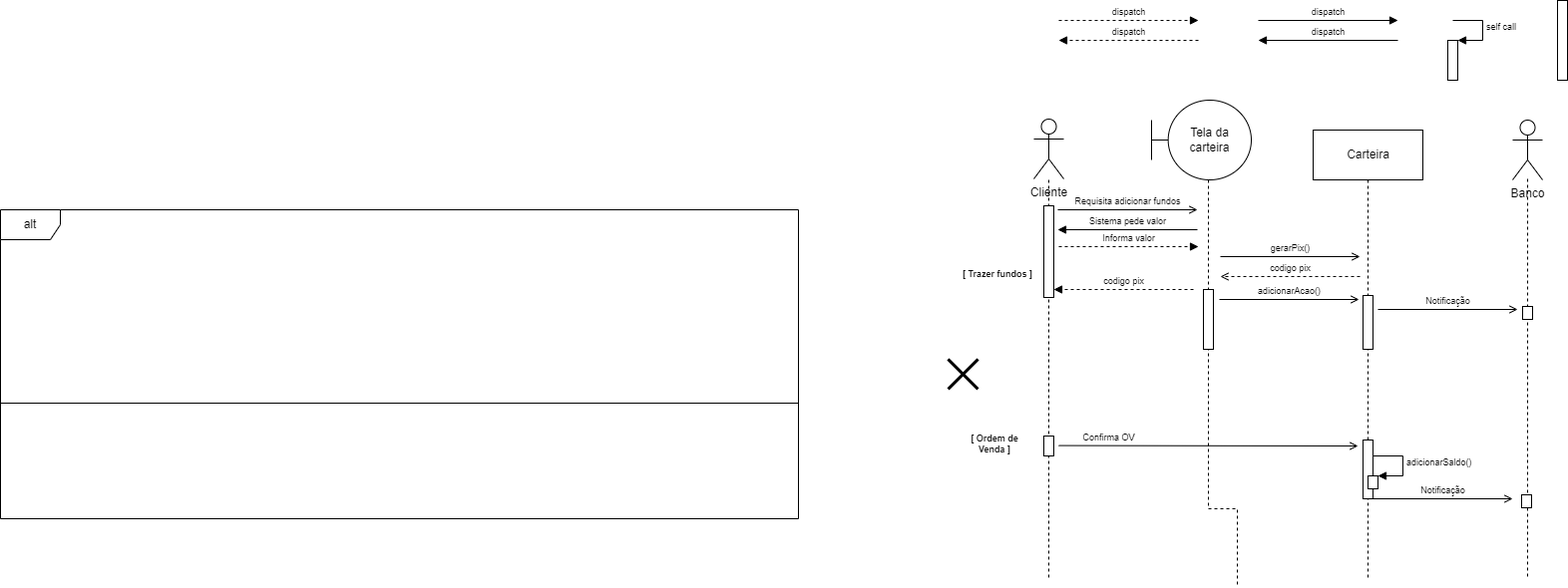
Above: MarketDiagramasDeSequencia/MarketSequencia05.drawio.png in EijiDogen/FEI_MDSMarket (draw.io), before the change. Source tidied: cells renumbered, new cells last; positions are measured from the earlier drawing's top-left corner, leaving out a move shared by most shapes.
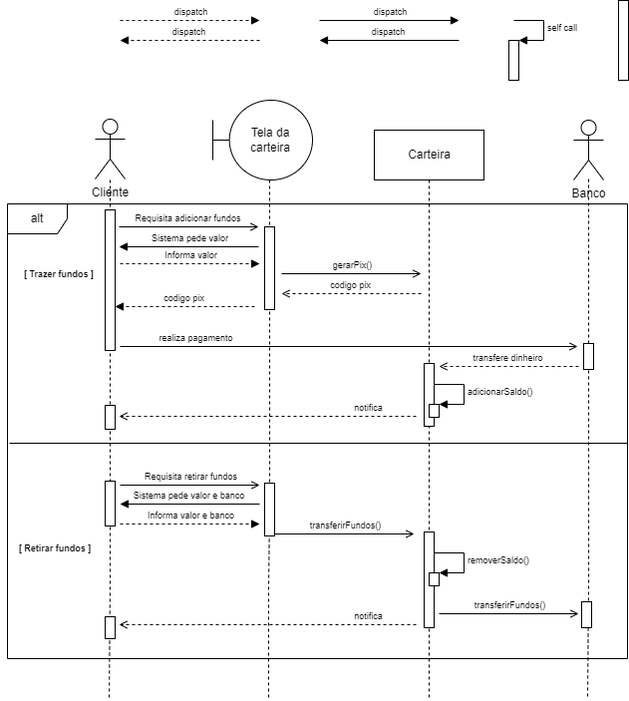
After the commit.

What changed in the source:
```diff
@@ -3,19 +3,19 @@
     <mxCell id="0" />
     <mxCell id="1" value="Frames" parent="0" />
     <mxCell id="2" value="alt" style="shape=umlFrame;whiteSpace=wrap;html=1;" parent="1" vertex="1">
-      <mxGeometry y="210" width="800" height="310" as="geometry" />
+      <mxGeometry x="948" y="204" width="622" height="456" as="geometry" />
     </mxCell>
     <mxCell id="3" value="[ Trazer fundos&amp;nbsp;]" style="text;html=1;strokeColor=none;fillColor=none;align=center;verticalAlign=middle;whiteSpace=wrap;rounded=0;fontSize=9;fontStyle=1;" parent="1" vertex="1">
       <mxGeometry x="941" y="260" width="118" height="30" as="geometry" />
     </mxCell>
     <mxCell id="4" style="line;strokeWidth=1;fillColor=none;align=left;verticalAlign=middle;spacingTop=-1;spacingLeft=3;spacingRight=3;labelPosition=right;" parent="1" vertex="1">
-      <mxGeometry y="400" width="800" height="8" as="geometry" />
+      <mxGeometry x="950" y="440" width="620" height="8" as="geometry" />
     </mxCell>
     <mxCell id="5" value="Lifeline" parent="0" />
     <mxCell id="6" style="edgeStyle=orthogonalEdgeStyle;rounded=0;orthogonalLoop=1;jettySize=auto;html=1;dashed=1;endArrow=none;endFill=0;" parent="5" edge="1">
       <mxGeometry relative="1" as="geometry">
         <mxPoint x="1051" y="180" as="sourcePoint" />
-        <mxPoint x="1051" y="580" as="targetPoint" />
+        <mxPoint x="1050" y="700" as="targetPoint" />
         <Array as="points">
           <mxPoint x="1051" y="580" />
         </Array>
@@ -27,7 +27,7 @@
     <mxCell id="8" style="edgeStyle=orthogonalEdgeStyle;rounded=0;orthogonalLoop=1;jettySize=auto;html=1;dashed=1;endArrow=none;endFill=0;anchorPointDirection=1;" parent="5" edge="1">
       <mxGeometry relative="1" as="geometry">
         <mxPoint x="1371" y="180" as="sourcePoint" />
-        <mxPoint x="1371" y="580" as="targetPoint" />
+        <mxPoint x="1371" y="700" as="targetPoint" />
         <Array as="points">
           <mxPoint x="1371" y="580" />
         </Array>
@@ -36,7 +36,7 @@
     <mxCell id="9" style="edgeStyle=orthogonalEdgeStyle;rounded=0;orthogonalLoop=1;jettySize=auto;html=1;dashed=1;endArrow=none;endFill=0;" parent="5" edge="1">
       <mxGeometry relative="1" as="geometry">
         <mxPoint x="1531" y="179" as="sourcePoint" />
-        <mxPoint x="1530" y="580" as="targetPoint" />
+        <mxPoint x="1530" y="700" as="targetPoint" />
         <Array as="points">
           <mxPoint x="1531" y="580" />
         </Array>
@@ -51,9 +51,11 @@
     <mxCell id="12" style="edgeStyle=orthogonalEdgeStyle;rounded=0;orthogonalLoop=1;jettySize=auto;html=1;endArrow=none;endFill=0;dashed=1;" parent="5" edge="1">
       <mxGeometry relative="1" as="geometry">
         <mxPoint x="1211" y="180" as="sourcePoint" />
-        <mxPoint x="1240" y="587" as="targetPoint" />
+        <mxPoint x="1210" y="700" as="targetPoint" />
         <Array as="points">
           <mxPoint x="1211" y="510" />
+          <mxPoint x="1210" y="510" />
+          <mxPoint x="1210" y="587" />
         </Array>
       </mxGeometry>
     </mxCell>
@@ -62,72 +64,131 @@
       <mxGeometry x="1561" width="10" height="80" as="geometry" />
     </mxCell>
     <mxCell id="15" style="html=1;perimeter=orthogonalPerimeter;fontSize=9;" parent="13" vertex="1">
-      <mxGeometry x="1046" y="206" width="10" height="92" as="geometry" />
+      <mxGeometry x="1046" y="210" width="10" height="141" as="geometry" />
     </mxCell>
     <mxCell id="16" style="html=1;perimeter=orthogonalPerimeter;fontSize=9;" parent="13" vertex="1">
-      <mxGeometry x="1206" y="290" width="10" height="60" as="geometry" />
+      <mxGeometry x="1206" y="227" width="10" height="83" as="geometry" />
     </mxCell>
     <mxCell id="17" style="html=1;perimeter=orthogonalPerimeter;fontSize=9;" parent="13" vertex="1">
-      <mxGeometry x="1526" y="307" width="10" height="13" as="geometry" />
+      <mxGeometry x="1526" y="344" width="10" height="26" as="geometry" />
     </mxCell>
     <mxCell id="18" style="html=1;perimeter=orthogonalPerimeter;fontSize=9;" parent="13" vertex="1">
-      <mxGeometry x="1366" y="441" width="10" height="59" as="geometry" />
+      <mxGeometry x="1366" y="364" width="10" height="63" as="geometry" />
     </mxCell>
     <mxCell id="19" style="html=1;points=[];perimeter=orthogonalPerimeter;" parent="13" vertex="1">
-      <mxGeometry x="1371" y="477" width="10" height="13" as="geometry" />
+      <mxGeometry x="1371" y="405" width="10" height="13" as="geometry" />
     </mxCell>
     <mxCell id="20" value="adicionarSaldo()" style="edgeStyle=orthogonalEdgeStyle;html=1;align=left;spacingLeft=2;endArrow=block;rounded=0;entryX=1;entryY=0;fontSize=9;" parent="13" edge="1" target="19">
       <mxGeometry relative="1" as="geometry">
-        <mxPoint x="1376" y="457" as="sourcePoint" />
+        <mxPoint x="1376" y="385" as="sourcePoint" />
         <Array as="points">
-          <mxPoint x="1406" y="457" />
+          <mxPoint x="1406" y="385" />
         </Array>
       </mxGeometry>
     </mxCell>
-    <mxCell id="21" value="Notificação" style="html=1;verticalAlign=bottom;endArrow=open;rounded=0;fontSize=9;endFill=0;" parent="13" edge="1">
-      <mxGeometry relative="1" as="geometry">
-        <mxPoint x="1376" y="500" as="sourcePoint" />
-        <mxPoint x="1516" y="500" as="targetPoint" />
-      </mxGeometry>
-    </mxCell>
-    <mxCell id="22" style="html=1;perimeter=orthogonalPerimeter;fontSize=9;" parent="13" vertex="1">
-      <mxGeometry x="1525" y="496" width="10" height="13" as="geometry" />
-    </mxCell>
-    <mxCell id="23" value="[ Ordem de&lt;br&gt;Venda ]" style="text;html=1;strokeColor=none;fillColor=none;align=center;verticalAlign=middle;whiteSpace=wrap;rounded=0;fontSize=9;fontStyle=1;" parent="13" vertex="1">
-      <mxGeometry x="938" y="430" width="118" height="30" as="geometry" />
+    <mxCell id="23" value="[ Retirar fundos ]" style="text;html=1;strokeColor=none;fillColor=none;align=center;verticalAlign=middle;whiteSpace=wrap;rounded=0;fontSize=9;fontStyle=1;" parent="13" vertex="1">
+      <mxGeometry x="943" y="535" width="106" height="30" as="geometry" />
     </mxCell>
     <mxCell id="24" value="Tela da&lt;br&gt;carteira" style="shape=umlBoundary;whiteSpace=wrap;html=1;" parent="13" vertex="1">
       <mxGeometry x="1154" y="100" width="100" height="80" as="geometry" />
     </mxCell>
     <mxCell id="25" value="gerarPix()" style="html=1;verticalAlign=bottom;endArrow=open;rounded=0;fontSize=9;endFill=0;" parent="13" edge="1">
       <mxGeometry relative="1" as="geometry">
-        <mxPoint x="1223" y="257" as="sourcePoint" />
-        <mxPoint x="1363" y="257" as="targetPoint" />
+        <mxPoint x="1223" y="274" as="sourcePoint" />
+        <mxPoint x="1363" y="274" as="targetPoint" />
       </mxGeometry>
     </mxCell>
     <mxCell id="26" value="codigo pix" style="html=1;verticalAlign=bottom;endArrow=block;rounded=0;dashed=1;fontSize=9;" parent="13" edge="1">
       <mxGeometry relative="1" as="geometry">
-        <mxPoint x="1196" y="290" as="sourcePoint" />
-        <mxPoint x="1056" y="290" as="targetPoint" />
+        <mxPoint x="1196" y="307" as="sourcePoint" />
+        <mxPoint x="1056" y="307" as="targetPoint" />
       </mxGeometry>
     </mxCell>
     <mxCell id="27" value="Sistema pede valor" style="html=1;verticalAlign=bottom;endArrow=block;rounded=0;fontSize=9;" parent="13" edge="1">
       <mxGeometry relative="1" as="geometry">
-        <mxPoint x="1200" y="230" as="sourcePoint" />
-        <mxPoint x="1060" y="230" as="targetPoint" />
+        <mxPoint x="1200" y="247" as="sourcePoint" />
+        <mxPoint x="1060" y="247" as="targetPoint" />
       </mxGeometry>
     </mxCell>
     <mxCell id="28" value="Informa valor" style="html=1;verticalAlign=bottom;endArrow=block;rounded=0;dashed=1;fontSize=9;" parent="13" edge="1">
       <mxGeometry relative="1" as="geometry">
-        <mxPoint x="1061" y="247" as="sourcePoint" />
-        <mxPoint x="1201" y="247" as="targetPoint" />
+        <mxPoint x="1061" y="264" as="sourcePoint" />
+        <mxPoint x="1201" y="264" as="targetPoint" />
       </mxGeometry>
     </mxCell>
+    <mxCell id="44" value="transfere dinheiro" style="html=1;verticalAlign=bottom;endArrow=open;rounded=0;fontSize=9;dashed=1;endFill=0;" parent="13" edge="1">
+      <mxGeometry relative="1" as="geometry">
+        <mxPoint x="1521" y="367" as="sourcePoint" />
+        <mxPoint x="1381" y="367" as="targetPoint" />
+      </mxGeometry>
+    </mxCell>
+    <mxCell id="45" value="notifica" style="html=1;verticalAlign=bottom;endArrow=open;rounded=0;fontSize=9;dashed=1;endFill=0;" parent="13" edge="1">
+      <mxGeometry x="-0.68" relative="1" as="geometry">
+        <mxPoint x="1358" y="417" as="sourcePoint" />
+        <mxPoint x="1060" y="417" as="targetPoint" />
+      </mxGeometry>
+    </mxCell>
+    <mxCell id="46" style="html=1;perimeter=orthogonalPerimeter;fontSize=9;" parent="13" vertex="1">
+      <mxGeometry x="1046" y="406" width="10" height="24" as="geometry" />
+    </mxCell>
+    <mxCell id="47" value="Requisita retirar fundos" style="html=1;verticalAlign=bottom;endArrow=open;rounded=0;fontSize=9;endFill=0;" parent="13" edge="1">
+      <mxGeometry relative="1" as="geometry">
+        <mxPoint x="1061" y="486" as="sourcePoint" />
+        <mxPoint x="1201" y="486" as="targetPoint" />
+      </mxGeometry>
+    </mxCell>
+    <mxCell id="48" value="Sistema pede valor e banco" style="html=1;verticalAlign=bottom;endArrow=block;rounded=0;fontSize=9;" parent="13" edge="1">
+      <mxGeometry relative="1" as="geometry">
+        <mxPoint x="1201" y="505" as="sourcePoint" />
+        <mxPoint x="1061" y="505" as="targetPoint" />
+      </mxGeometry>
+    </mxCell>
+    <mxCell id="49" value="Informa valor e banco" style="html=1;verticalAlign=bottom;endArrow=block;rounded=0;dashed=1;fontSize=9;" parent="13" edge="1">
+      <mxGeometry relative="1" as="geometry">
+        <mxPoint x="1061" y="525" as="sourcePoint" />
+        <mxPoint x="1201" y="525" as="targetPoint" />
+      </mxGeometry>
+    </mxCell>
+    <mxCell id="50" value="transferirFundos()" style="html=1;verticalAlign=bottom;endArrow=open;rounded=0;fontSize=9;endFill=0;" parent="13" edge="1">
+      <mxGeometry relative="1" as="geometry">
+        <mxPoint x="1216" y="535" as="sourcePoint" />
+        <mxPoint x="1356" y="535" as="targetPoint" />
+      </mxGeometry>
+    </mxCell>
+    <mxCell id="51" value="transferirFundos()" style="html=1;verticalAlign=bottom;endArrow=open;rounded=0;fontSize=9;endFill=0;" parent="13" edge="1">
+      <mxGeometry relative="1" as="geometry">
+        <mxPoint x="1381" y="615" as="sourcePoint" />
+        <mxPoint x="1521" y="615" as="targetPoint" />
+      </mxGeometry>
+    </mxCell>
+    <mxCell id="52" style="html=1;perimeter=orthogonalPerimeter;fontSize=9;" parent="13" vertex="1">
+      <mxGeometry x="1366" y="533" width="10" height="96" as="geometry" />
+    </mxCell>
+    <mxCell id="53" style="html=1;points=[];perimeter=orthogonalPerimeter;" parent="13" vertex="1">
+      <mxGeometry x="1371" y="574" width="10" height="13" as="geometry" />
+    </mxCell>
+    <mxCell id="54" value="removerSaldo()" style="edgeStyle=orthogonalEdgeStyle;html=1;align=left;spacingLeft=2;endArrow=block;rounded=0;entryX=1;entryY=0;fontSize=9;" parent="13" edge="1" target="53">
+      <mxGeometry relative="1" as="geometry">
+        <mxPoint x="1376" y="554" as="sourcePoint" />
+        <Array as="points">
+          <mxPoint x="1406" y="554" />
+        </Array>
+      </mxGeometry>
+    </mxCell>
+    <mxCell id="55" style="html=1;perimeter=orthogonalPerimeter;fontSize=9;" parent="13" vertex="1">
+      <mxGeometry x="1524" y="603" width="10" height="26" as="geometry" />
+    </mxCell>
+    <mxCell id="56" style="html=1;perimeter=orthogonalPerimeter;fontSize=9;" parent="13" vertex="1">
+      <mxGeometry x="1206" y="484" width="10" height="53" as="geometry" />
+    </mxCell>
+    <mxCell id="57" style="html=1;perimeter=orthogonalPerimeter;fontSize=9;" parent="13" vertex="1">
+      <mxGeometry x="1046" y="482" width="10" height="45" as="geometry" />
+    </mxCell>
     <mxCell id="29" value="Messages" parent="0" />
     <mxCell id="30" value="Requisita adicionar fundos" style="html=1;verticalAlign=bottom;endArrow=open;rounded=0;fontSize=9;endFill=0;" parent="29" edge="1">
       <mxGeometry relative="1" as="geometry">
-        <mxPoint x="1060" y="210" as="sourcePoint" />
-        <mxPoint x="1200" y="210" as="targetPoint" />
+        <mxPoint x="1060" y="227" as="sourcePoint" />
+        <mxPoint x="1200" y="227" as="targetPoint" />
       </mxGeometry>
     </mxCell>
     <mxCell id="31" value="dispatch" style="html=1;verticalAlign=bottom;endArrow=block;rounded=0;fontSize=9;" parent="29" edge="1">
@@ -167,36 +228,24 @@
     </mxCell>
     <mxCell id="37" value="codigo pix" style="html=1;verticalAlign=bottom;endArrow=open;rounded=0;fontSize=9;dashed=1;endFill=0;" parent="29" edge="1">
       <mxGeometry relative="1" as="geometry">
-        <mxPoint x="1363" y="277" as="sourcePoint" />
-        <mxPoint x="1223" y="277" as="targetPoint" />
+        <mxPoint x="1363" y="294" as="sourcePoint" />
+        <mxPoint x="1223" y="294" as="targetPoint" />
       </mxGeometry>
     </mxCell>
-    <mxCell id="38" style="html=1;perimeter=orthogonalPerimeter;fontSize=9;" parent="29" vertex="1">
-      <mxGeometry x="1366" y="296" width="10" height="54" as="geometry" />
-    </mxCell>
-    <mxCell id="39" value="adicionarAcao()" style="html=1;verticalAlign=bottom;endArrow=open;rounded=0;fontSize=9;endFill=0;" parent="29" edge="1">
-      <mxGeometry relative="1" as="geometry">
-        <mxPoint x="1222" y="300" as="sourcePoint" />
-        <mxPoint x="1362" y="300" as="targetPoint" />
-      </mxGeometry>
-    </mxCell>
-    <mxCell id="40" value="Notificação" style="html=1;verticalAlign=bottom;endArrow=open;rounded=0;fontSize=9;endFill=0;" parent="29" edge="1">
-      <mxGeometry relative="1" as="geometry">
-        <mxPoint x="1381" y="310" as="sourcePoint" />
-        <mxPoint x="1521" y="310" as="targetPoint" />
-      </mxGeometry>
-    </mxCell>
-    <mxCell id="41" style="shape=umlDestroy;whiteSpace=wrap;html=1;strokeWidth=3;fontSize=9;" parent="29" vertex="1">
-      <mxGeometry x="950" y="360" width="30" height="30" as="geometry" />
-    </mxCell>
-    <mxCell id="42" style="html=1;perimeter=orthogonalPerimeter;fontSize=9;" parent="29" vertex="1">
-      <mxGeometry x="1046" y="437" width="10" height="20" as="geometry" />
-    </mxCell>
-    <mxCell id="43" value="Confirma OV" style="html=1;verticalAlign=bottom;endArrow=open;rounded=0;fontSize=9;endFill=0;" parent="29" edge="1">
+    <mxCell id="43" value="realiza pagamento" style="html=1;verticalAlign=bottom;endArrow=open;rounded=0;fontSize=9;endFill=0;" parent="29" edge="1">
       <mxGeometry x="-0.67" relative="1" as="geometry">
-        <mxPoint x="1061" y="446.6" as="sourcePoint" />
-        <mxPoint x="1361" y="447" as="targetPoint" />
+        <mxPoint x="1061" y="347" as="sourcePoint" />
+        <mxPoint x="1520" y="347" as="targetPoint" />
       </mxGeometry>
     </mxCell>
+    <mxCell id="58" value="notifica" style="html=1;verticalAlign=bottom;endArrow=open;rounded=0;fontSize=9;dashed=1;endFill=0;" parent="29" edge="1">
+      <mxGeometry x="-0.68" relative="1" as="geometry">
+        <mxPoint x="1358" y="626" as="sourcePoint" />
+        <mxPoint x="1060" y="626" as="targetPoint" />
+      </mxGeometry>
+    </mxCell>
+    <mxCell id="59" style="html=1;perimeter=orthogonalPerimeter;fontSize=9;" parent="29" vertex="1">
+      <mxGeometry x="1046" y="618" width="10" height="22" as="geometry" />
+    </mxCell>
   </root>
 </mxGraphModel>
```
